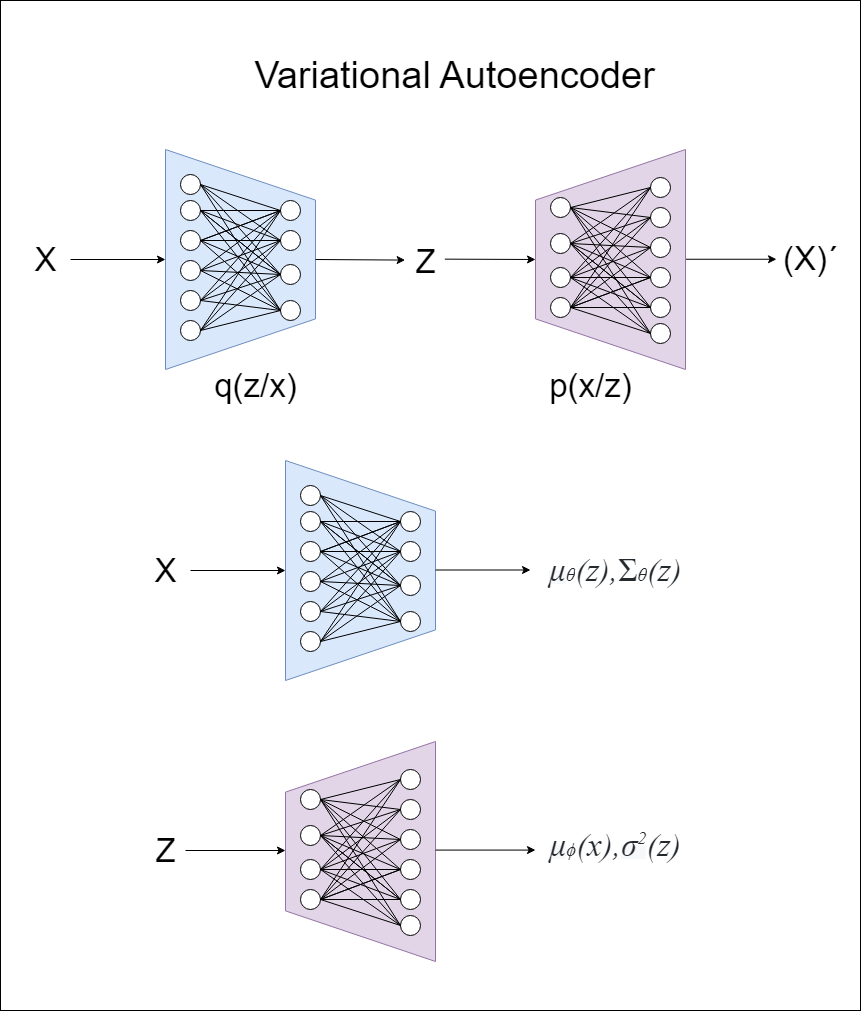
This is Code/TFGCode/Images/variational_autoencoder_model.png from dmarintwentychu/TFG, a draw.io export, as it was before one commit. Source tidied: cells renumbered, new cells last; positions are measured from the earlier drawing's top-left corner, leaving out a move shared by most shapes.
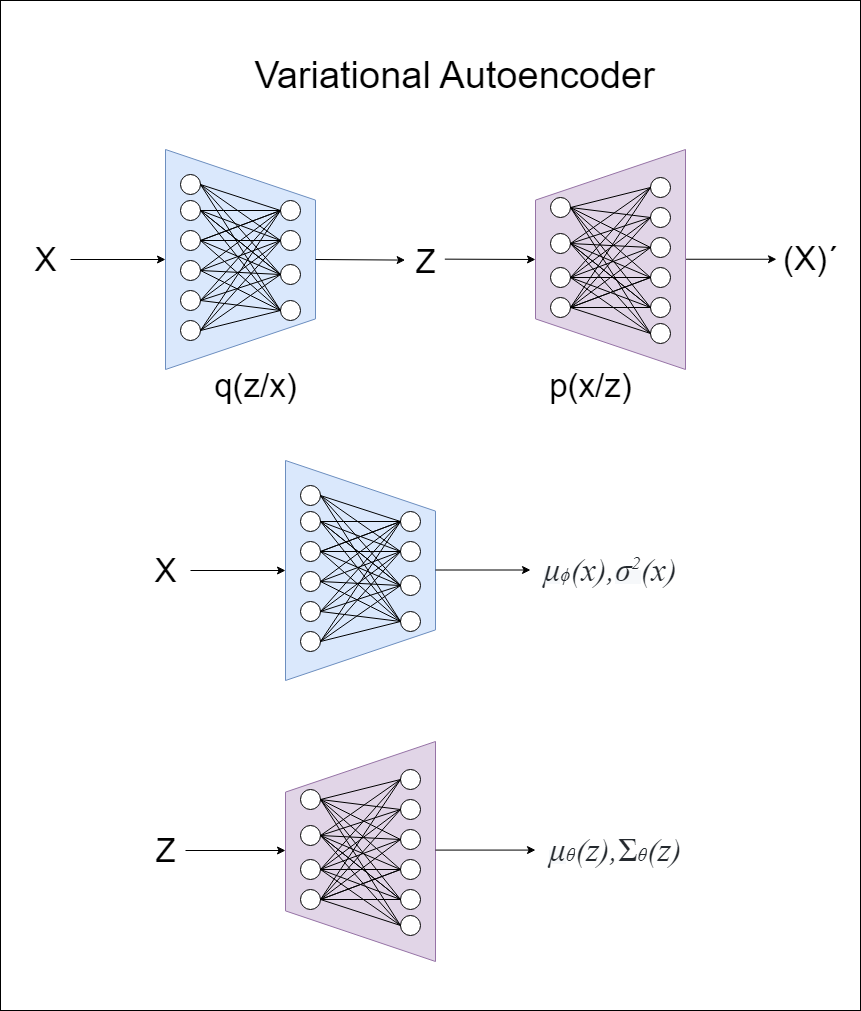
Above is the later version.

Diff of the diagram source:
```diff
@@ -516,10 +516,10 @@
       </mxGeometry>
     </mxCell>
     <mxCell id="169" value="&lt;span style=&quot;color: rgb(36, 41, 46); font-family: KaTeX_Math; font-style: italic; text-align: left; background-color: rgb(246, 248, 250);&quot;&gt;&lt;font style=&quot;font-size: 33px;&quot;&gt;μ&lt;/font&gt;&lt;/span&gt;&lt;span style=&quot;color: rgb(36, 41, 46); font-family: KaTeX_Math; font-size: 19.36px; font-style: italic; text-align: left; background-color: rgb(255, 255, 255);&quot;&gt;θ&lt;/span&gt;&lt;span style=&quot;color: rgb(36, 41, 46); font-family: KaTeX_Math; font-style: italic; text-align: left; background-color: rgb(255, 255, 255);&quot;&gt;&lt;font style=&quot;font-size: 33px;&quot;&gt;(z),&lt;/font&gt;&lt;/span&gt;&lt;span style=&quot;color: rgb(36, 41, 46); font-family: KaTeX_Main, &amp;quot;Times New Roman&amp;quot;, serif; text-align: left; background-color: rgb(255, 255, 255);&quot;&gt;&lt;font style=&quot;font-size: 33px;&quot;&gt;Σ&lt;/font&gt;&lt;/span&gt;&lt;span style=&quot;color: rgb(36, 41, 46); font-family: KaTeX_Math; font-size: 19.36px; font-style: italic; text-align: left; background-color: rgb(255, 255, 255);&quot;&gt;θ&lt;/span&gt;&lt;span style=&quot;color: rgb(36, 41, 46); font-family: KaTeX_Math; font-style: italic; text-align: left; background-color: rgb(255, 255, 255);&quot;&gt;&lt;font style=&quot;font-size: 33px;&quot;&gt;(z)&lt;/font&gt;&lt;/span&gt;" style="text;html=1;align=center;verticalAlign=middle;strokeColor=none;fillColor=none;" parent="1" vertex="1">
-      <mxGeometry x="535" y="545" width="160" height="50" as="geometry" />
+      <mxGeometry x="535" y="825" width="160" height="50" as="geometry" />
     </mxCell>
-    <mxCell id="170" value="&lt;span style=&quot;color: rgb(36, 41, 46); font-family: KaTeX_Math; font-style: italic; text-align: left; background-color: rgb(246, 248, 250);&quot;&gt;&lt;font style=&quot;font-size: 33px;&quot;&gt;μ&lt;/font&gt;&lt;/span&gt;&lt;span style=&quot;color: rgb(36, 41, 46); font-family: KaTeX_Math; font-size: 19.36px; font-style: italic; text-align: left; background-color: rgb(255, 255, 255);&quot;&gt;ϕ&lt;/span&gt;&lt;span style=&quot;color: rgb(36, 41, 46); font-family: KaTeX_Math; font-style: italic; text-align: left; background-color: rgb(255, 255, 255);&quot;&gt;&lt;font style=&quot;font-size: 33px;&quot;&gt;(x),&lt;/font&gt;&lt;/span&gt;&lt;span style=&quot;color: rgb(36, 41, 46); font-family: KaTeX_Math; font-style: italic; text-align: left; background-color: rgb(246, 248, 250);&quot;&gt;&lt;font style=&quot;font-size: 33px;&quot;&gt;σ&lt;sup style=&quot;font-size: 18px;&quot;&gt;2&lt;/sup&gt;&lt;/font&gt;&lt;/span&gt;&lt;span style=&quot;color: rgb(36, 41, 46); font-family: KaTeX_Math; font-style: italic; text-align: left; background-color: rgb(255, 255, 255);&quot;&gt;&lt;font style=&quot;font-size: 33px;&quot;&gt;(z)&lt;/font&gt;&lt;/span&gt;" style="text;html=1;align=center;verticalAlign=middle;strokeColor=none;fillColor=none;" parent="1" vertex="1">
-      <mxGeometry x="535" y="820" width="160" height="50" as="geometry" />
+    <mxCell id="170" value="&lt;span style=&quot;color: rgb(36, 41, 46); font-family: KaTeX_Math; font-style: italic; text-align: left; background-color: rgb(246, 248, 250);&quot;&gt;&lt;font style=&quot;font-size: 33px;&quot;&gt;μ&lt;/font&gt;&lt;/span&gt;&lt;span style=&quot;color: rgb(36, 41, 46); font-family: KaTeX_Math; font-size: 19.36px; font-style: italic; text-align: left; background-color: rgb(255, 255, 255);&quot;&gt;ϕ&lt;/span&gt;&lt;span style=&quot;color: rgb(36, 41, 46); font-family: KaTeX_Math; font-style: italic; text-align: left; background-color: rgb(255, 255, 255);&quot;&gt;&lt;font style=&quot;font-size: 33px;&quot;&gt;(x),&lt;/font&gt;&lt;/span&gt;&lt;span style=&quot;color: rgb(36, 41, 46); font-family: KaTeX_Math; font-style: italic; text-align: left; background-color: rgb(246, 248, 250);&quot;&gt;&lt;font style=&quot;font-size: 33px;&quot;&gt;σ&lt;sup style=&quot;font-size: 18px;&quot;&gt;2&lt;/sup&gt;&lt;/font&gt;&lt;/span&gt;&lt;span style=&quot;color: rgb(36, 41, 46); font-family: KaTeX_Math; font-style: italic; text-align: left; background-color: rgb(255, 255, 255);&quot;&gt;&lt;font style=&quot;font-size: 33px;&quot;&gt;(x)&lt;/font&gt;&lt;/span&gt;" style="text;html=1;align=center;verticalAlign=middle;strokeColor=none;fillColor=none;" parent="1" vertex="1">
+      <mxGeometry x="530" y="545" width="160" height="50" as="geometry" />
     </mxCell>
     <mxCell id="171" style="endArrow=classic;html=1;rounded=0;entryX=0.5;entryY=0;entryDx=0;entryDy=0;" parent="1" edge="1">
       <mxGeometry relative="1" as="geometry">
```
